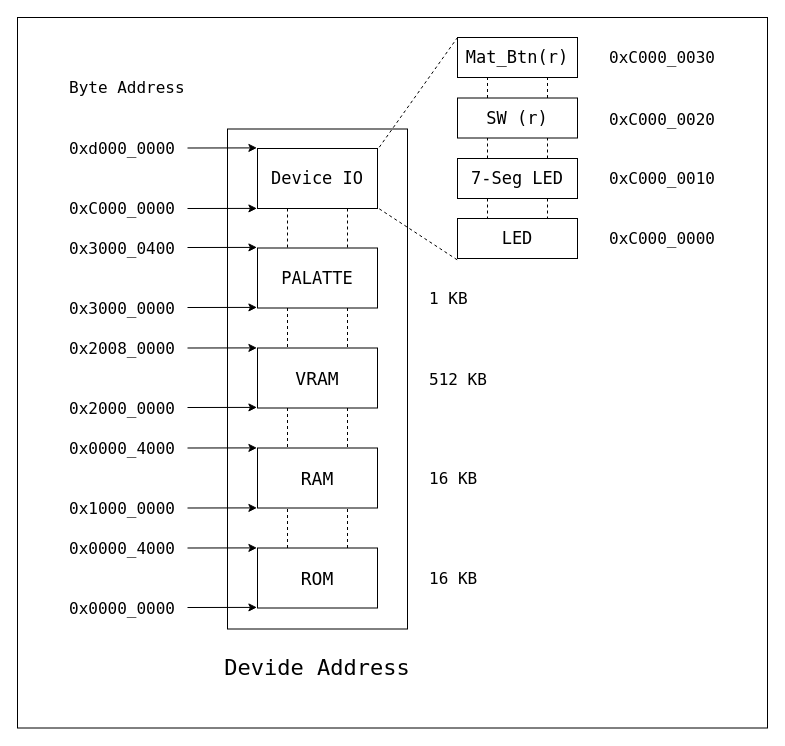
Above: img/device_addr.drawio in kzwrime/priscv (draw.io), before the change. Source tidied: cells renumbered, new cells numbered last; positions are measured from the earlier drawing's top-left corner, leaving out a move shared by most shapes. Both pictures are drawn from the tidied source at 100%, with x=0, y=0 at pixel (17, 17).
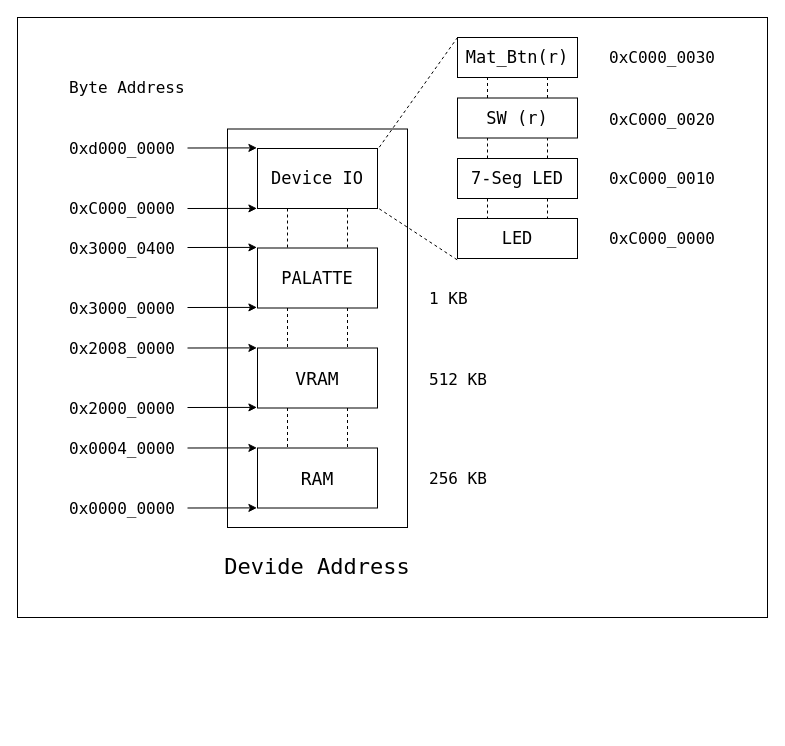
Above is the later version.

The change refers to these unchanged cells:
```xml
<mxCell id="5" value="RAM" style="rounded=0;whiteSpace=wrap;html=1;fontSize=18;fontFamily=Lucida Console;" parent="1" vertex="1">
  <mxGeometry x="240" y="430.5" width="120" height="60" as="geometry" />
</mxCell>
```

Diff of the diagram source:
```diff
@@
     <mxCell id="2" style="rounded=0;whiteSpace=wrap;html=1;labelBackgroundColor=none;fontColor=#f0f0f0;" parent="1" vertex="1">
-      <mxGeometry width="750" height="710.5" as="geometry" />
+      <mxGeometry width="750" height="600" as="geometry" />
     </mxCell>
     <mxCell id="3" style="rounded=0;whiteSpace=wrap;html=1;fontSize=17;fillColor=none;fontFamily=Lucida Console;" parent="1" vertex="1">
-      <mxGeometry x="210" y="111.5" width="180" height="500" as="geometry" />
+      <mxGeometry x="210" y="111.5" width="180" height="398.5" as="geometry" />
     </mxCell>
-    <mxCell id="4" value="ROM" style="rounded=0;whiteSpace=wrap;html=1;fontSize=18;fontFamily=Lucida Console;" parent="1" vertex="1">
-      <mxGeometry x="240" y="530.5" width="120" height="60" as="geometry" />
-    </mxCell>
@@
-    <mxCell id="12" style="endArrow=none;dashed=1;html=1;fontSize=18;exitX=0.25;exitY=0;exitDx=0;exitDy=0;entryX=0.25;entryY=1;entryDx=0;entryDy=0;fontFamily=Lucida Console;" parent="1" edge="1" source="4" target="5">
-      <mxGeometry relative="1" as="geometry" />
-    </mxCell>
-    <mxCell id="13" style="endArrow=none;dashed=1;html=1;fontSize=18;exitX=0.75;exitY=0;exitDx=0;exitDy=0;entryX=0.75;entryY=1;entryDx=0;entryDy=0;fontFamily=Lucida Console;" parent="1" edge="1" source="4" target="5">
-      <mxGeometry relative="1" as="geometry" />
-    </mxCell>
@@
-    <mxCell id="26" value="&lt;font style=&quot;font-size: 16px;&quot;&gt;0x0000_0000&lt;/font&gt;" style="text;html=1;strokeColor=none;fillColor=none;align=center;verticalAlign=middle;whiteSpace=wrap;rounded=0;fontSize=16;fontFamily=Lucida Console;" parent="1" vertex="1">
-      <mxGeometry x="20" y="580.5" width="170" height="20" as="geometry" />
-    </mxCell>
-    <mxCell id="27" value="&lt;font style=&quot;font-size: 16px;&quot;&gt;0x0000_4000&lt;/font&gt;" style="text;html=1;strokeColor=none;fillColor=none;align=center;verticalAlign=middle;whiteSpace=wrap;rounded=0;fontSize=16;fontFamily=Lucida Console;" parent="1" vertex="1">
-      <mxGeometry x="20" y="520.5" width="170" height="20" as="geometry" />
-    </mxCell>
-    <mxCell id="28" value="&lt;font style=&quot;font-size: 16px;&quot;&gt;0x1000_0000&lt;/font&gt;" style="text;html=1;strokeColor=none;fillColor=none;align=center;verticalAlign=middle;whiteSpace=wrap;rounded=0;fontSize=16;fontFamily=Lucida Console;" parent="1" vertex="1">
+    <mxCell id="28" value="&lt;font style=&quot;font-size: 16px&quot;&gt;0x0000_0000&lt;/font&gt;" style="text;html=1;strokeColor=none;fillColor=none;align=center;verticalAlign=middle;whiteSpace=wrap;rounded=0;fontSize=16;fontFamily=Lucida Console;" parent="1" vertex="1">
       <mxGeometry x="20" y="480.5" width="170" height="20" as="geometry" />
     </mxCell>
-    <mxCell id="29" value="&lt;font style=&quot;font-size: 16px;&quot;&gt;0x0000_4000&lt;/font&gt;" style="text;html=1;strokeColor=none;fillColor=none;align=center;verticalAlign=middle;whiteSpace=wrap;rounded=0;fontSize=16;fontFamily=Lucida Console;" parent="1" vertex="1">
+    <mxCell id="29" value="&lt;font style=&quot;font-size: 16px&quot;&gt;0x0004_0000&lt;/font&gt;" style="text;html=1;strokeColor=none;fillColor=none;align=center;verticalAlign=middle;whiteSpace=wrap;rounded=0;fontSize=16;fontFamily=Lucida Console;" parent="1" vertex="1">
       <mxGeometry x="20" y="420.5" width="170" height="20" as="geometry" />
     </mxCell>
@@
-    <mxCell id="42" style="endArrow=classic;html=1;fontSize=17;exitX=1;exitY=0.5;exitDx=0;exitDy=0;entryX=-0.005;entryY=0.998;entryDx=0;entryDy=0;entryPerimeter=0;fontFamily=Lucida Console;" parent="1" edge="1">
-      <mxGeometry relative="1" as="geometry">
-        <mxPoint x="170" y="530.5" as="sourcePoint" />
-        <mxPoint x="239.4" y="530.4" as="targetPoint" />
-      </mxGeometry>
-    </mxCell>
@@
-    <mxCell id="45" style="endArrow=classic;html=1;fontSize=17;exitX=1;exitY=0.5;exitDx=0;exitDy=0;entryX=-0.005;entryY=0.998;entryDx=0;entryDy=0;entryPerimeter=0;fontFamily=Lucida Console;" parent="1" edge="1">
-      <mxGeometry relative="1" as="geometry">
-        <mxPoint x="170" y="590" as="sourcePoint" />
-        <mxPoint x="239.4" y="589.9" as="targetPoint" />
-      </mxGeometry>
-    </mxCell>
-    <mxCell id="46" value="&lt;font style=&quot;font-size: 16px&quot;&gt;16 KB&lt;/font&gt;" style="text;html=1;strokeColor=none;fillColor=none;align=left;verticalAlign=middle;whiteSpace=wrap;rounded=0;fontSize=16;fontFamily=Lucida Console;" parent="1" vertex="1">
-      <mxGeometry x="410" y="550.5" width="100" height="20" as="geometry" />
-    </mxCell>
-    <mxCell id="47" value="&lt;font style=&quot;font-size: 16px&quot;&gt;16 KB&lt;/font&gt;" style="text;html=1;strokeColor=none;fillColor=none;align=left;verticalAlign=middle;whiteSpace=wrap;rounded=0;fontSize=16;fontFamily=Lucida Console;" parent="1" vertex="1">
+    <mxCell id="47" value="&lt;font style=&quot;font-size: 16px&quot;&gt;256 KB&lt;/font&gt;" style="text;html=1;strokeColor=none;fillColor=none;align=left;verticalAlign=middle;whiteSpace=wrap;rounded=0;fontSize=16;fontFamily=Lucida Console;" parent="1" vertex="1">
       <mxGeometry x="410" y="450.5" width="100" height="20" as="geometry" />
     </mxCell>
@@
     <mxCell id="54" value="&lt;font style=&quot;font-size: 22px&quot;&gt;Devide Address&lt;/font&gt;" style="text;html=1;strokeColor=none;fillColor=none;align=center;verticalAlign=middle;whiteSpace=wrap;rounded=0;fontSize=22;fontFamily=Lucida Console;" parent="1" vertex="1">
-      <mxGeometry x="180" y="640.5" width="240" height="20" as="geometry" />
+      <mxGeometry x="180" y="540" width="240" height="20" as="geometry" />
     </mxCell>
@@
+    <mxCell id="59" style="edgeStyle=orthogonalEdgeStyle;rounded=0;orthogonalLoop=1;jettySize=auto;html=1;exitX=0.5;exitY=1;exitDx=0;exitDy=0;" parent="1" edge="1" source="3" target="3">
+      <mxGeometry relative="1" as="geometry" />
+    </mxCell>
```
